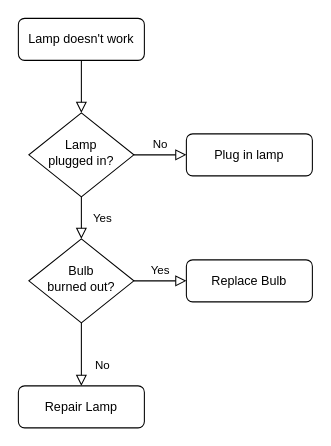
baidazhang/draw keeps this draw.io diagram as command/未命名绘图.drawio. Above is the earlier version. Source tidied: cells renumbered, new cells numbered last; positions are measured from the earlier drawing's top-left corner, leaving out a move shared by most shapes. Both pictures are drawn from the tidied source at 105%, with x=0, y=0 at pixel (18, 18).
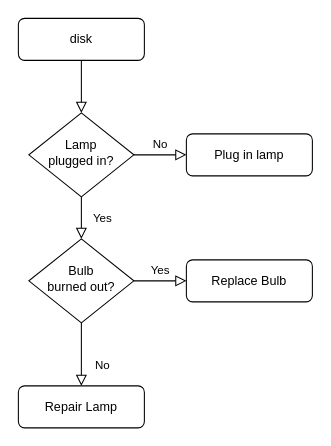
The same diagram, later.

Change to the diagram source:
```diff
@@
 <mxGraphModel>
   <root>
     <mxCell id="0" />
     <mxCell id="1" parent="0" />
     <mxCell id="2" style="rounded=0;html=1;jettySize=auto;fontSize=11;endArrow=block;endFill=0;endSize=8;strokeWidth=1;shadow=0;labelBackgroundColor=none;edgeStyle=orthogonalEdgeStyle;" parent="1" edge="1" source="3" target="6">
       <mxGeometry relative="1" as="geometry" />
     </mxCell>
-    <mxCell id="3" value="Lamp doesn't work" style="rounded=1;whiteSpace=wrap;html=1;fontSize=12;glass=0;strokeWidth=1;shadow=0;" parent="1" vertex="1">
+    <mxCell id="3" value="disk" style="rounded=1;whiteSpace=wrap;html=1;fontSize=12;glass=0;strokeWidth=1;shadow=0;" parent="1" vertex="1">
       <mxGeometry width="120" height="40" as="geometry" />
     </mxCell>
     <mxCell id="4" value="Yes" style="rounded=0;html=1;jettySize=auto;fontSize=11;endArrow=block;endFill=0;endSize=8;strokeWidth=1;shadow=0;labelBackgroundColor=none;edgeStyle=orthogonalEdgeStyle;" parent="1" edge="1" source="6" target="10">
       <mxGeometry y="20" relative="1" as="geometry" />
     </mxCell>
     <mxCell id="5" value="No" style="edgeStyle=orthogonalEdgeStyle;rounded=0;html=1;jettySize=auto;fontSize=11;endArrow=block;endFill=0;endSize=8;strokeWidth=1;shadow=0;labelBackgroundColor=none;" parent="1" edge="1" source="6" target="7">
       <mxGeometry y="10" relative="1" as="geometry" />
     </mxCell>
     <mxCell id="6" value="Lamp&lt;br&gt;plugged in?" style="rhombus;whiteSpace=wrap;html=1;shadow=0;fontFamily=Helvetica;fontSize=12;align=center;strokeWidth=1;spacing=6;spacingTop=-4;" parent="1" vertex="1">
       <mxGeometry x="10" y="90" width="100" height="80" as="geometry" />
     </mxCell>
     <mxCell id="7" value="Plug in lamp" style="rounded=1;whiteSpace=wrap;html=1;fontSize=12;glass=0;strokeWidth=1;shadow=0;" parent="1" vertex="1">
       <mxGeometry x="160" y="110" width="120" height="40" as="geometry" />
     </mxCell>
     <mxCell id="8" value="No" style="rounded=0;html=1;jettySize=auto;fontSize=11;endArrow=block;endFill=0;endSize=8;strokeWidth=1;shadow=0;labelBackgroundColor=none;edgeStyle=orthogonalEdgeStyle;" parent="1" edge="1" source="10" target="11">
       <mxGeometry x="0.33" y="20" relative="1" as="geometry" />
     </mxCell>
     <mxCell id="9" value="Yes" style="edgeStyle=orthogonalEdgeStyle;rounded=0;html=1;jettySize=auto;fontSize=11;endArrow=block;endFill=0;endSize=8;strokeWidth=1;shadow=0;labelBackgroundColor=none;" parent="1" edge="1" source="10" target="12">
       <mxGeometry y="10" relative="1" as="geometry" />
     </mxCell>
     <mxCell id="10" value="Bulb&lt;br&gt;burned out?" style="rhombus;whiteSpace=wrap;html=1;shadow=0;fontFamily=Helvetica;fontSize=12;align=center;strokeWidth=1;spacing=6;spacingTop=-4;" parent="1" vertex="1">
       <mxGeometry x="10" y="210" width="100" height="80" as="geometry" />
     </mxCell>
     <mxCell id="11" value="Repair Lamp" style="rounded=1;whiteSpace=wrap;html=1;fontSize=12;glass=0;strokeWidth=1;shadow=0;" parent="1" vertex="1">
       <mxGeometry y="350" width="120" height="40" as="geometry" />
     </mxCell>
     <mxCell id="12" value="Replace Bulb" style="rounded=1;whiteSpace=wrap;html=1;fontSize=12;glass=0;strokeWidth=1;shadow=0;" parent="1" vertex="1">
       <mxGeometry x="160" y="230" width="120" height="40" as="geometry" />
     </mxCell>
   </root>
 </mxGraphModel>
```
